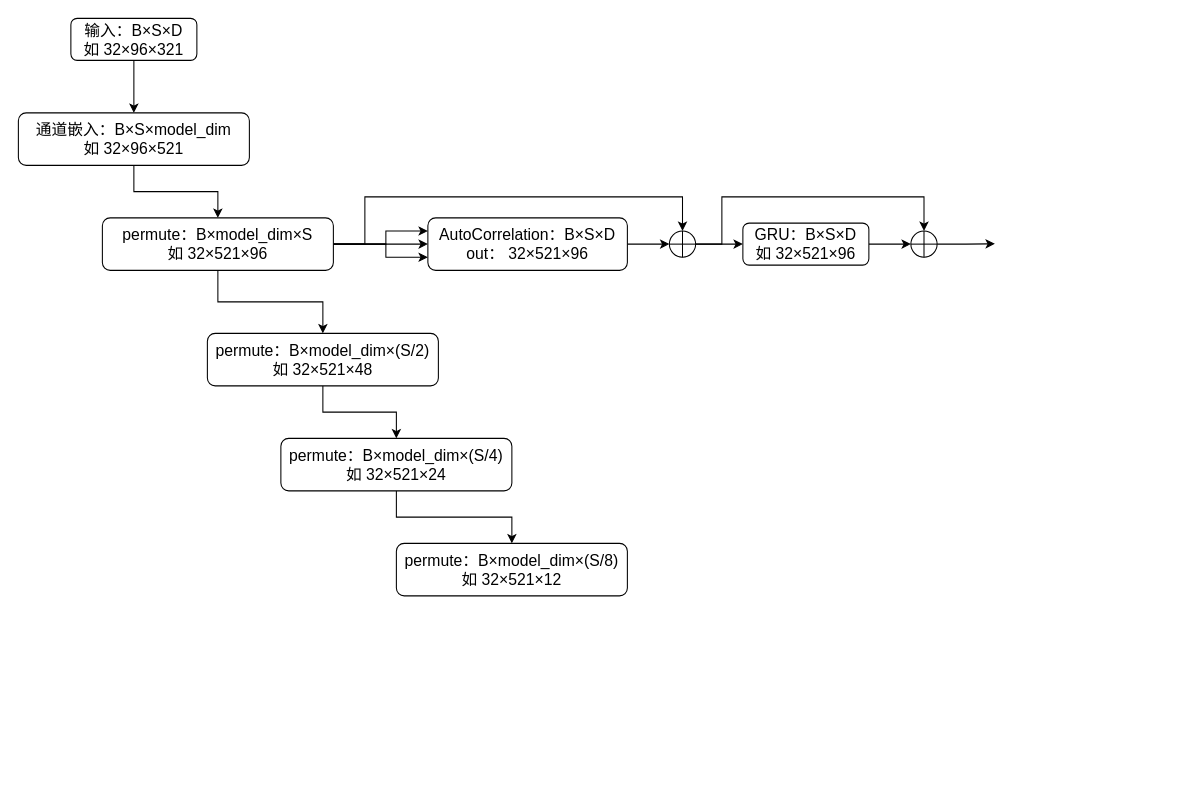
Earlier version of the draw.io diagram 未命名绘图.drawio (dearRongerr/PicGo). Source tidied: cells renumbered, new cells numbered last; positions are measured from the earlier drawing's top-left corner, leaving out a move shared by most shapes. Both pictures are drawn from the tidied source at 105%, with x=0, y=0 at pixel (18, 18).
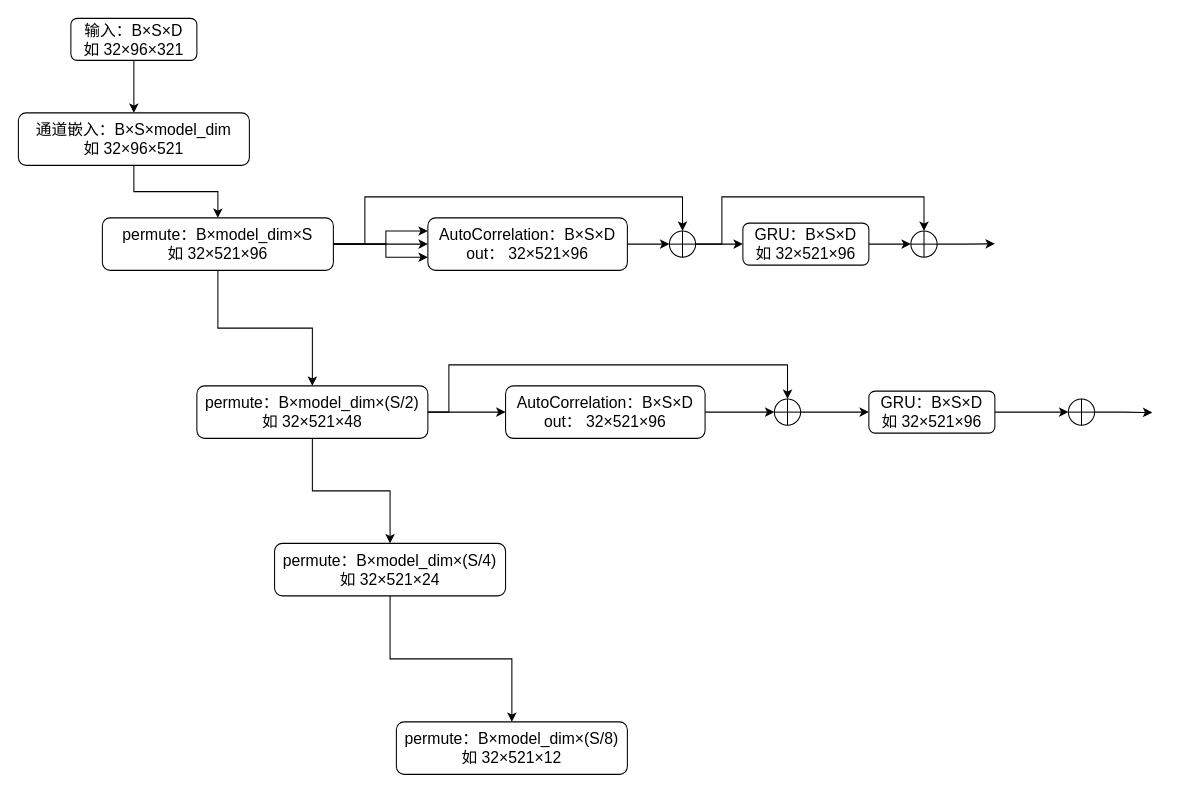
After the change.

Commit message (it also covers changes not shown here):
更新未命名绘图.drawio

The edit, as a diff of the source:
```diff
@@
+    <mxCell id="26" style="edgeStyle=orthogonalEdgeStyle;rounded=0;jettySize=auto;html=1;exitX=1;exitY=0.5;exitDx=0;exitDy=0;entryX=0;entryY=0.5;entryDx=0;entryDy=0;fontFamily=Helvetica;fontSize=12;fontColor=default;" parent="1" edge="1" source="13" target="29">
+      <mxGeometry relative="1" as="geometry" />
+    </mxCell>
+    <mxCell id="27" style="edgeStyle=orthogonalEdgeStyle;rounded=0;jettySize=auto;html=1;exitX=1;exitY=0.5;exitDx=0;exitDy=0;entryX=0.5;entryY=0;entryDx=0;entryDy=0;fontFamily=Helvetica;fontSize=12;fontColor=default;" parent="1" edge="1" source="13" target="31">
+      <mxGeometry relative="1" as="geometry">
+        <Array as="points">
+          <mxPoint x="410" y="375" />
+          <mxPoint x="410" y="330" />
+          <mxPoint x="733" y="330" />
+        </Array>
+      </mxGeometry>
+    </mxCell>
     <mxCell id="13" value="&lt;font style=&quot;font-size: 15px;&quot;&gt;permute：B×model_dim&lt;/font&gt;&lt;span style=&quot;font-size: 15px;&quot;&gt;×(S/2)&lt;/span&gt;&lt;div&gt;&lt;font style=&quot;font-size: 15px;&quot;&gt;如 32×521×48&lt;/font&gt;&lt;/div&gt;" style="rounded=1;whiteSpace=wrap;html=1;" parent="1" vertex="1">
-      <mxGeometry x="180" y="300" width="220" height="50" as="geometry" />
+      <mxGeometry x="170" y="350" width="220" height="50" as="geometry" />
     </mxCell>
@@
     <mxCell id="15" value="&lt;font style=&quot;font-size: 15px;&quot;&gt;permute：B×model_dim&lt;/font&gt;&lt;span style=&quot;font-size: 15px;&quot;&gt;×(S/4)&lt;/span&gt;&lt;div&gt;&lt;font style=&quot;font-size: 15px;&quot;&gt;如 32×521×24&lt;/font&gt;&lt;/div&gt;" style="rounded=1;whiteSpace=wrap;html=1;" parent="1" vertex="1">
-      <mxGeometry x="250" y="400" width="220" height="50" as="geometry" />
+      <mxGeometry x="244" y="500" width="220" height="50" as="geometry" />
     </mxCell>
     <mxCell id="16" value="&lt;font style=&quot;font-size: 15px;&quot;&gt;permute：B×model_dim&lt;/font&gt;&lt;span style=&quot;font-size: 15px;&quot;&gt;×(S/8)&lt;/span&gt;&lt;div&gt;&lt;font style=&quot;font-size: 15px;&quot;&gt;如 32×521×12&lt;/font&gt;&lt;/div&gt;" style="rounded=1;whiteSpace=wrap;html=1;" parent="1" vertex="1">
-      <mxGeometry x="360" y="500" width="220" height="50" as="geometry" />
+      <mxGeometry x="360" y="670" width="220" height="50" as="geometry" />
     </mxCell>
@@
+    <mxCell id="28" style="edgeStyle=orthogonalEdgeStyle;rounded=0;jettySize=auto;html=1;exitX=1;exitY=0.5;exitDx=0;exitDy=0;entryX=0;entryY=0.5;entryDx=0;entryDy=0;fontFamily=Helvetica;fontSize=12;fontColor=default;" parent="1" edge="1" source="29" target="31">
+      <mxGeometry relative="1" as="geometry" />
+    </mxCell>
+    <mxCell id="29" value="&lt;font style=&quot;font-size: 15px;&quot;&gt;AutoCorrelation：B×S×D&lt;/font&gt;&lt;div&gt;&lt;font style=&quot;font-size: 15px;&quot;&gt;out： 32×521×96&lt;/font&gt;&lt;/div&gt;" style="rounded=1;whiteSpace=wrap;html=1;" parent="1" vertex="1">
+      <mxGeometry x="464" y="350" width="190" height="50" as="geometry" />
+    </mxCell>
+    <mxCell id="30" style="edgeStyle=orthogonalEdgeStyle;rounded=0;jettySize=auto;html=1;exitX=1;exitY=0.5;exitDx=0;exitDy=0;entryX=0;entryY=0.5;entryDx=0;entryDy=0;fontFamily=Helvetica;fontSize=12;fontColor=default;" parent="1" edge="1" source="31" target="33">
+      <mxGeometry relative="1" as="geometry" />
+    </mxCell>
+    <mxCell id="31" style="shape=orEllipse;perimeter=ellipsePerimeter;whiteSpace=wrap;html=1;backgroundOutline=1;rounded=1;strokeColor=default;align=center;verticalAlign=middle;fontFamily=Helvetica;fontSize=12;fontColor=default;fillColor=default;" parent="1" vertex="1">
+      <mxGeometry x="720" y="362.5" width="25" height="25" as="geometry" />
+    </mxCell>
+    <mxCell id="32" style="edgeStyle=orthogonalEdgeStyle;rounded=0;jettySize=auto;html=1;exitX=1;exitY=0.5;exitDx=0;exitDy=0;entryX=0;entryY=0.5;entryDx=0;entryDy=0;fontFamily=Helvetica;fontSize=12;fontColor=default;" parent="1" edge="1" source="33" target="35">
+      <mxGeometry relative="1" as="geometry" />
+    </mxCell>
+    <mxCell id="33" value="&lt;font style=&quot;font-size: 15px;&quot;&gt;GRU：B×S×D&lt;/font&gt;&lt;div&gt;&lt;font style=&quot;font-size: 15px;&quot;&gt;如 32×521×96&lt;/font&gt;&lt;/div&gt;" style="rounded=1;whiteSpace=wrap;html=1;" parent="1" vertex="1">
+      <mxGeometry x="810" y="355" width="120" height="40" as="geometry" />
+    </mxCell>
+    <mxCell id="34" style="edgeStyle=orthogonalEdgeStyle;rounded=0;jettySize=auto;html=1;exitX=1;exitY=0.5;exitDx=0;exitDy=0;fontFamily=Helvetica;fontSize=12;fontColor=default;" parent="1" edge="1" source="35">
+      <mxGeometry relative="1" as="geometry">
+        <mxPoint x="1080" y="375.4" as="targetPoint" />
+      </mxGeometry>
+    </mxCell>
+    <mxCell id="35" style="shape=orEllipse;perimeter=ellipsePerimeter;whiteSpace=wrap;html=1;backgroundOutline=1;rounded=1;strokeColor=default;align=center;verticalAlign=middle;fontFamily=Helvetica;fontSize=12;fontColor=default;fillColor=default;" parent="1" vertex="1">
+      <mxGeometry x="1000" y="362.5" width="25" height="25" as="geometry" />
+    </mxCell>
```
